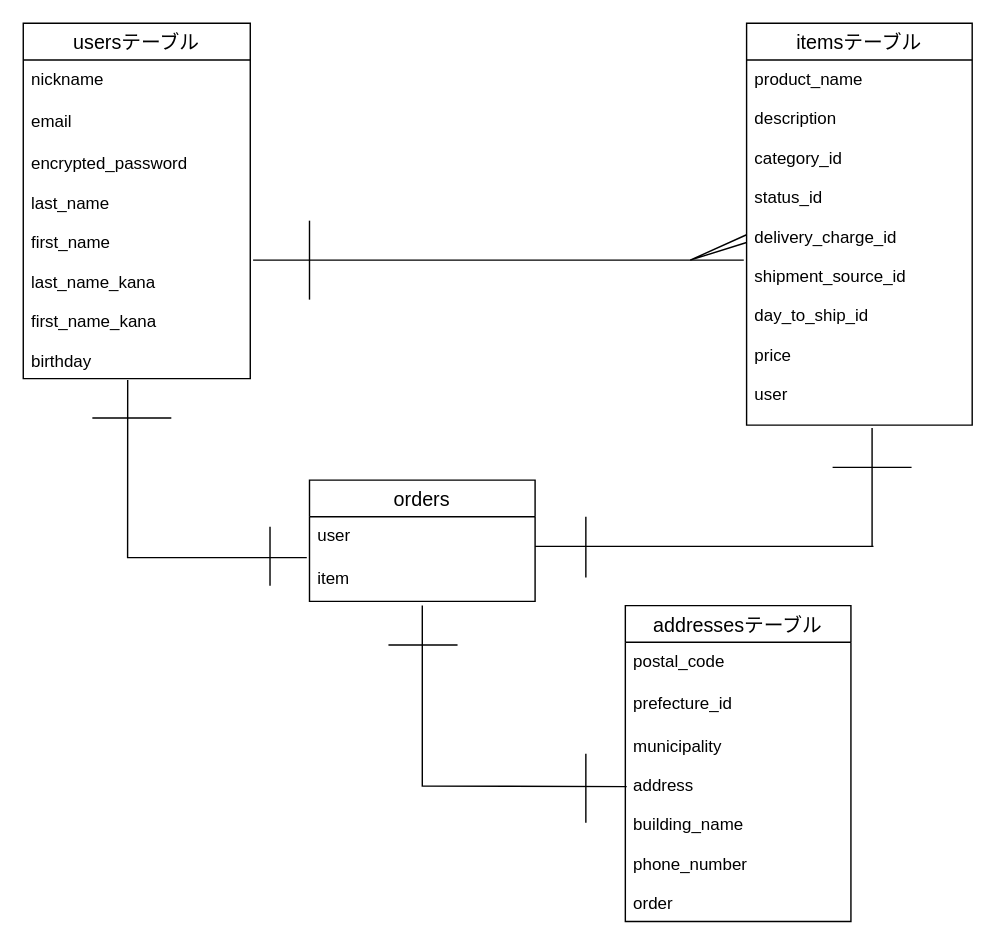
mizuha1230/furima-34287 keeps this draw.io diagram as furima.dio. Above is the earlier version. Source tidied: cells renumbered, new cells numbered last; positions are measured from the earlier drawing's top-left corner, leaving out a move shared by most shapes. Both pictures are drawn from the tidied source at 141%, with x=0, y=0 at pixel (23, 23).
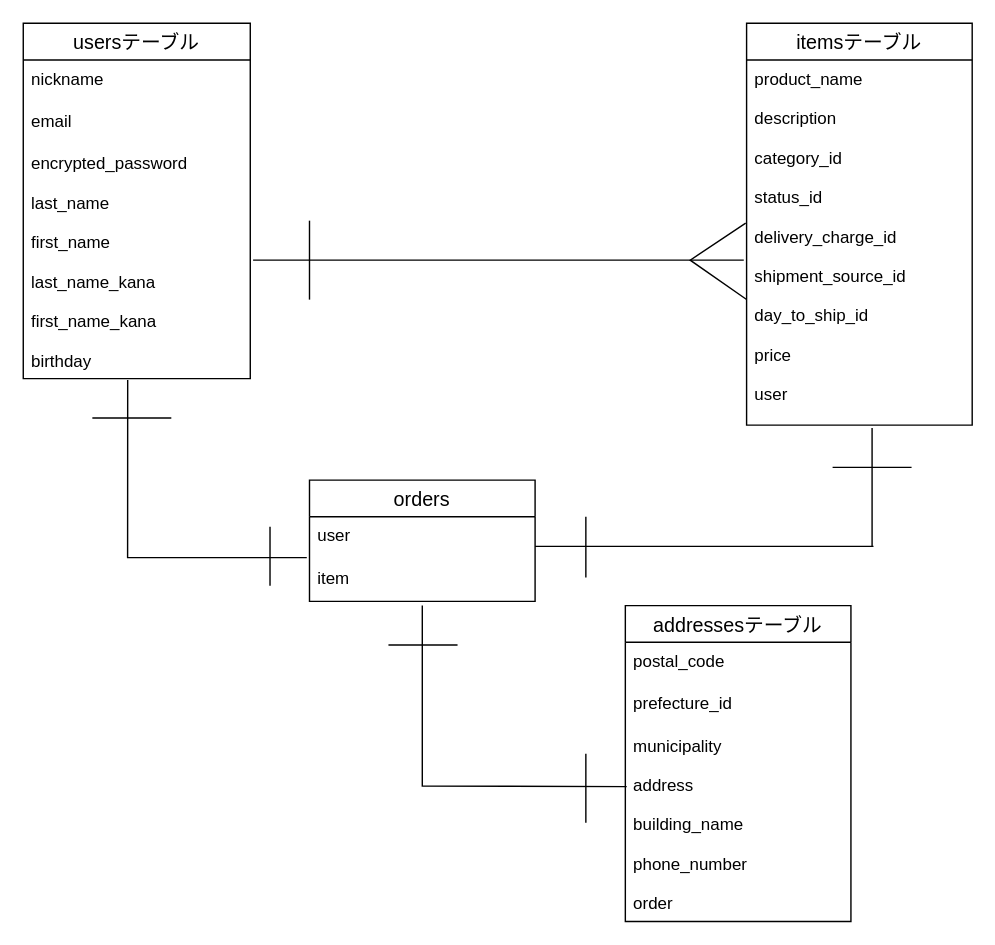
The same page after the edit.

The change refers to these unchanged cells:
```xml
<mxCell id="6" value="itemsテーブル" style="swimlane;fontStyle=0;horizontal=1;startSize=26;align=center;fontSize=14;" parent="1" vertex="1">
  <mxGeometry x="513" width="160" height="285" as="geometry" />
</mxCell>
<mxCell id="7" value="product_name&#10;&#10;description&#10;&#10;category_id&#10;&#10;status_id&#10;&#10;delivery_charge_id&#10;&#10;shipment_source_id&#10;&#10;day_to_ship_id&#10;&#10;price&#10;&#10;user&#10;" style="text;strokeColor=none;fillColor=none;spacingLeft=4;spacingRight=4;overflow=hidden;points=[[0,0.5],[1,0.5]];portConstraint=eastwest;fontSize=12;" parent="6" vertex="1">
  <mxGeometry y="26" width="160" height="259" as="geometry" />
</mxCell>
```

Change to the diagram source:
```diff
@@
-    <mxCell id="8" style="endArrow=none;html=1;rounded=0;entryX=0;entryY=0.5;entryDx=0;entryDy=0;" parent="6" edge="1" target="7">
+    <mxCell id="8" style="endArrow=none;html=1;rounded=0;entryX=0;entryY=0.656;entryDx=0;entryDy=0;entryPerimeter=0;exitX=-0.004;exitY=0.447;exitDx=0;exitDy=0;exitPerimeter=0;" parent="6" edge="1" source="7" target="7">
       <mxGeometry relative="1" as="geometry">
-        <mxPoint y="150" as="sourcePoint" />
         <Array as="points">
           <mxPoint x="-40" y="168" />
         </Array>
       </mxGeometry>
     </mxCell>
```
